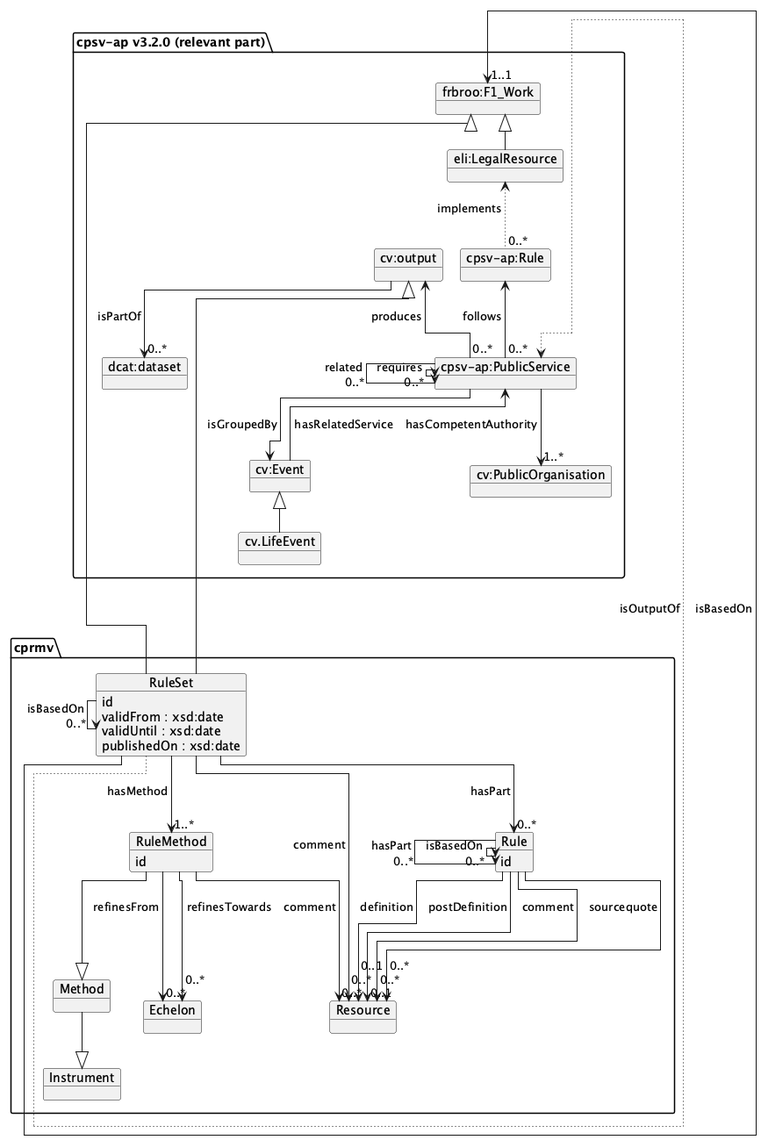
Before: serve_api/respec/media/overview.png, a diagram exported from PlantUML (open-regels/cprmv).
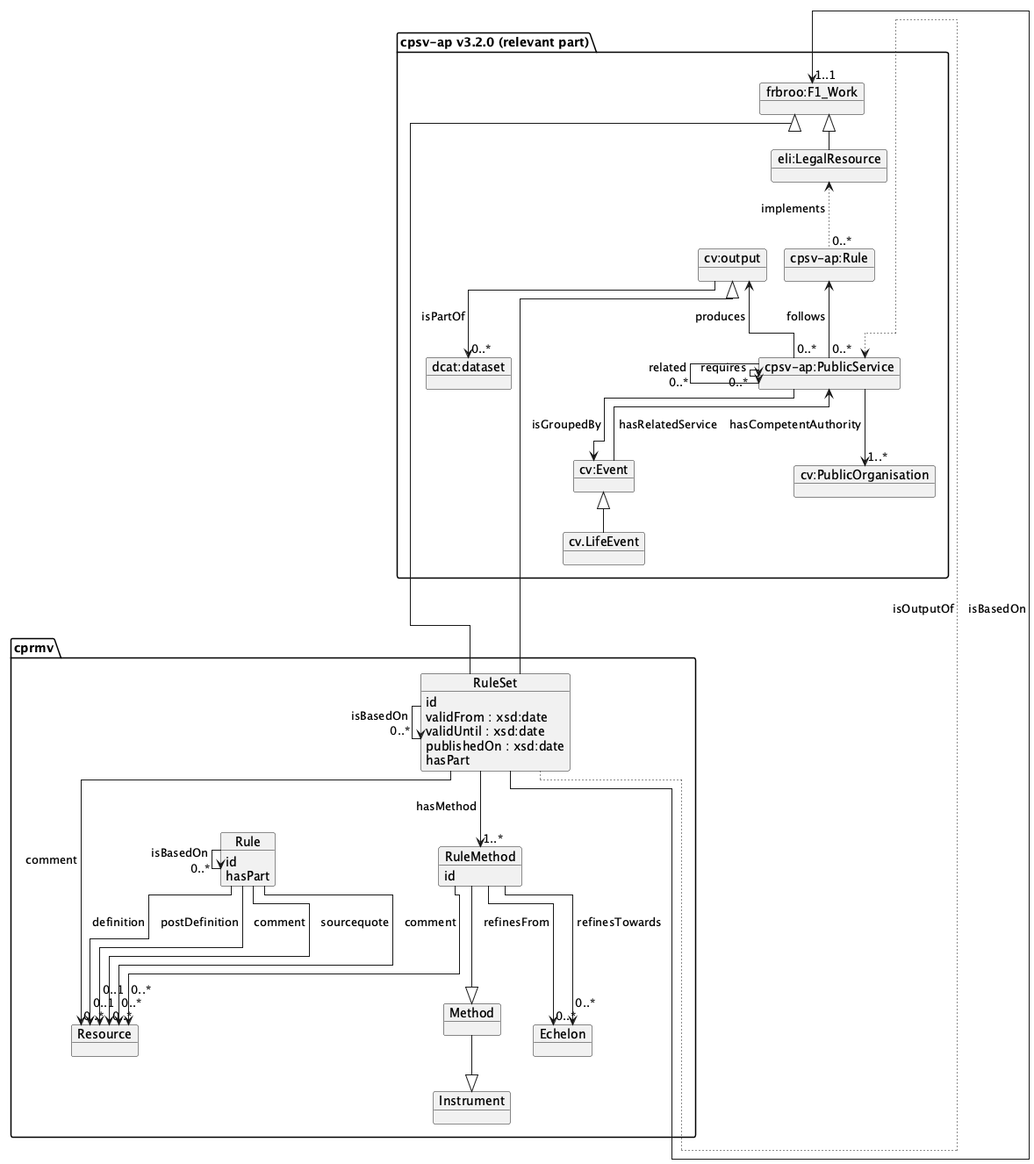
After the commit.

Diff of the diagram source:
```diff
@@ -12,9 +12,11 @@
         validFrom : xsd:date
         validUntil : xsd:date
         publishedOn : xsd:date
+        hasPart
     }
     object "Rule" as Rule {
         id
+        hasPart
     }
     object "RuleMethod" as RuleMethod {
         id
@@ -25,9 +27,7 @@
     RuleSet --> "0..*" RuleSet : isBasedOn
     RuleSet --> "1..*" RuleMethod : hasMethod
     RuleSet --> "0..*" Resource : comment
-    RuleSet --> "0..*" Rule : hasPart
     Rule --> "0..*" Rule : isBasedOn
-    Rule --> "0..*" Rule : hasPart
     Rule --> "0..1" Resource : definition
     Rule --> "0..1" Resource : postDefinition
     Rule --> "0..*" Resource : comment
```
